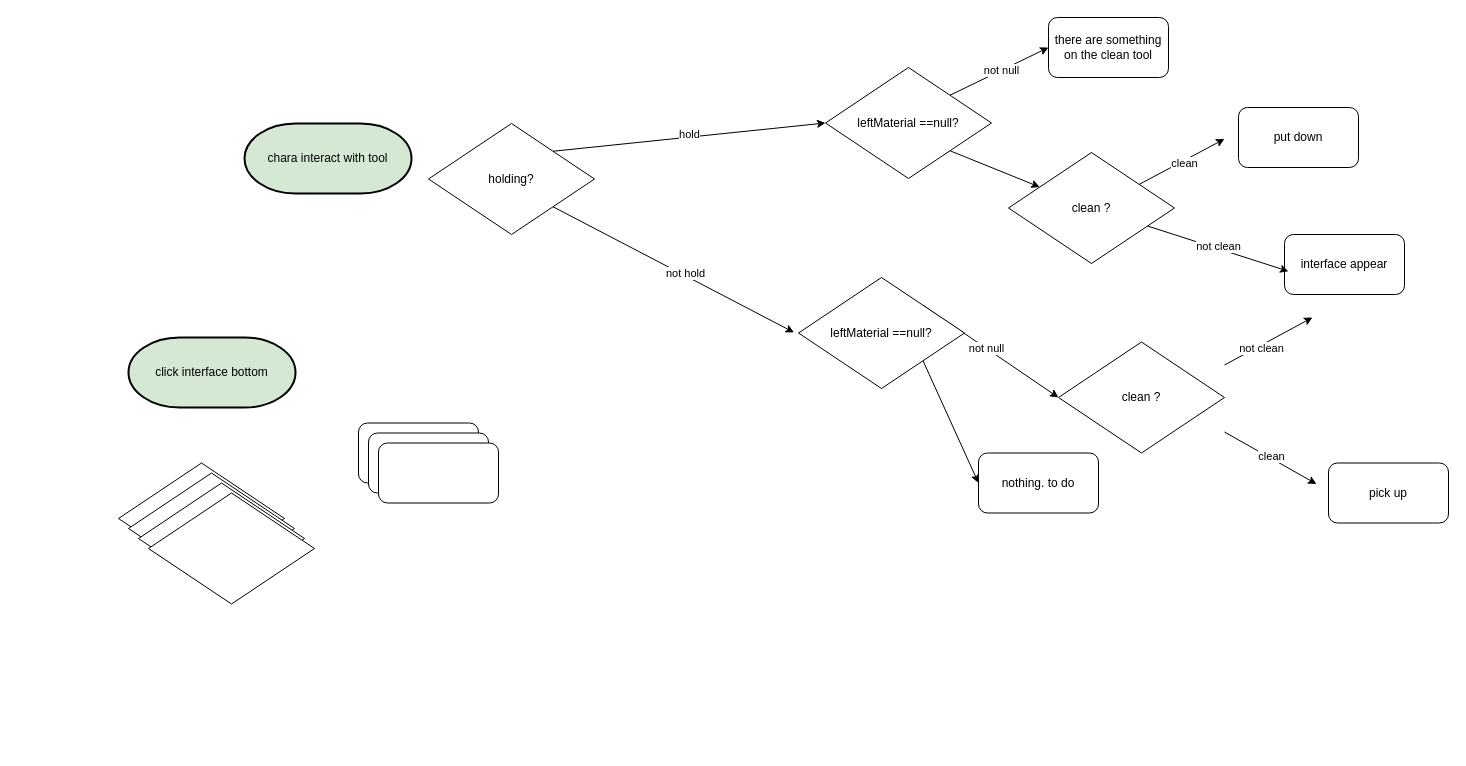
The draw.io diagram page "Kitchen_flow_2" (6 of 6) of Kitchen_seq_1.drawio in BalaGuava/NourishverseI, before the edit. Source tidied: cells renumbered, new cells numbered last; positions are measured from the earlier drawing's top-left corner, leaving out a move shared by most shapes. Both pictures are drawn from the tidied source at 100%, with x=0, y=0 at pixel (118, 17).
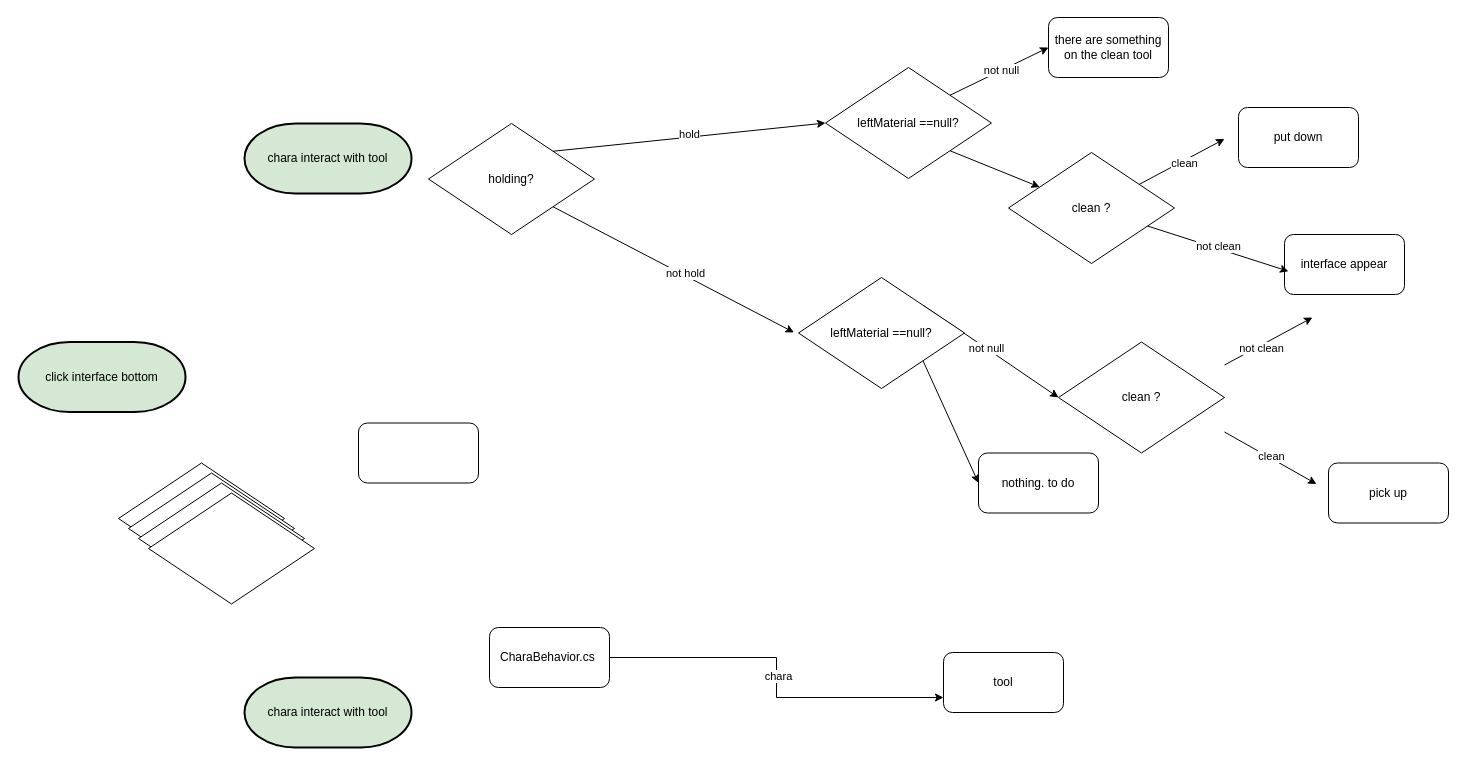
After the change.

Change to the diagram source:
```diff
@@
     <mxCell id="10" value="click interface bottom" style="strokeWidth=2;html=1;shape=mxgraph.flowchart.terminator;whiteSpace=wrap;fillColor=#D5E8D4;" parent="1" vertex="1">
-      <mxGeometry x="10" y="320" width="167" height="70" as="geometry" />
+      <mxGeometry x="-100" y="324.5" width="167" height="70" as="geometry" />
     </mxCell>
@@
-    <mxCell id="30" style="rounded=1;whiteSpace=wrap;html=1;" parent="1" vertex="1">
-      <mxGeometry x="250" y="415.5" width="120" height="60" as="geometry" />
+    <mxCell id="30" value="tool" style="rounded=1;whiteSpace=wrap;html=1;" parent="1" vertex="1">
+      <mxGeometry x="825" y="635" width="120" height="60" as="geometry" />
     </mxCell>
+    <mxCell id="39" style="edgeStyle=orthogonalEdgeStyle;rounded=0;jettySize=auto;html=1;entryX=0;entryY=0.75;entryDx=0;entryDy=0;" parent="1" edge="1" source="31" target="30">
+      <mxGeometry relative="1" as="geometry" />
+    </mxCell>
+    <mxCell id="40" value="chara" style="edgeLabel;html=1;align=center;verticalAlign=middle;" parent="39" vertex="1">
+      <mxGeometry x="-0.01" y="1" relative="1" as="geometry" />
+    </mxCell>
-    <mxCell id="31" style="rounded=1;whiteSpace=wrap;html=1;" parent="1" vertex="1">
-      <mxGeometry x="260" y="425.5" width="120" height="60" as="geometry" />
+    <mxCell id="31" value="CharaBehavior.cs&amp;nbsp;" style="rounded=1;whiteSpace=wrap;html=1;" parent="1" vertex="1">
+      <mxGeometry x="371" y="610" width="120" height="60" as="geometry" />
     </mxCell>
@@
+    <mxCell id="41" value="chara interact with tool" style="strokeWidth=2;html=1;shape=mxgraph.flowchart.terminator;whiteSpace=wrap;fillColor=#D5E8D4;" parent="1" vertex="1">
+      <mxGeometry x="126" y="660" width="167" height="70" as="geometry" />
+    </mxCell>
```
